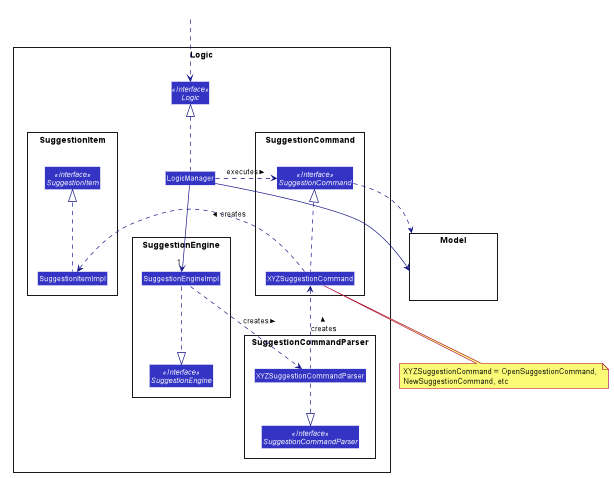
The PlantUML diagram docs/images/SuggestionClassDiagram.png in nus-cs2103-AY1920S2/addressbook-level3, before a commit.
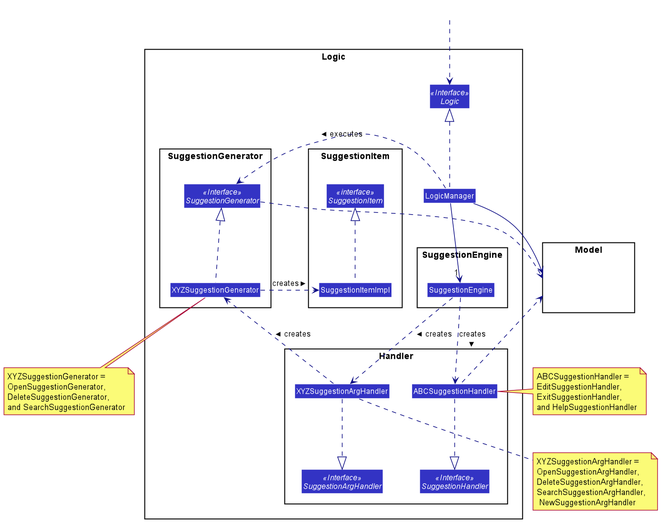
The same diagram one commit later.

Commit message:
Update sug class diag

Change to the diagram source:
```diff
@@ -54,18 +54,19 @@
 package Logic {
 
 package SuggestionEngine {
-Interface SuggestionEngine <<Interface>>
-Class SuggestionEngineImpl
+Class SuggestionEngine
 }
 
-package SuggestionCommandParser {
-Interface SuggestionCommandParser <<Interface>>
-Class XYZSuggestionCommandParser
+package Handler {
+Interface SuggestionHandler <<Interface>>
+Interface SuggestionArgHandler <<Interface>>
+Class ABCSuggestionHandler
+Class XYZSuggestionArgHandler
 }
 
-package SuggestionCommand {
-Interface SuggestionCommand <<Interface>>
-Class XYZSuggestionCommand
+package SuggestionGenerator {
+Interface SuggestionGenerator <<Interface>>
+Class XYZSuggestionGenerator
 }
 
 package SuggestionItem {
@@ -87,20 +88,29 @@
 
 
 LogicManager .up.|> Logic
-LogicManager -down->"1" SuggestionEngineImpl
-SuggestionEngineImpl .right.> XYZSuggestionCommandParser: creates >
-SuggestionEngineImpl .down.|> SuggestionEngine
+LogicManager -down->"1" SuggestionEngine
+SuggestionEngine ..> XYZSuggestionArgHandler: creates >
+SuggestionEngine ..> ABCSuggestionHandler: creates >
 
-XYZSuggestionCommandParser .up.> XYZSuggestionCommand : creates >
-XYZSuggestionCommandParser .down.|> SuggestionCommandParser
+ABCSuggestionHandler -right[hidden]- XYZSuggestionArgHandler
 
-XYZSuggestionCommand .up.|> SuggestionCommand
-LogicManager .right.> SuggestionCommand : executes >
-XYZSuggestionCommand .right.> SuggestionItemImpl : creates >
+ABCSuggestionHandler .down.|> SuggestionHandler
+
+XYZSuggestionArgHandler .up.> XYZSuggestionGenerator : creates >
+XYZSuggestionArgHandler .down.|> SuggestionArgHandler
+
+XYZSuggestionGenerator .up.|> SuggestionGenerator
+LogicManager .right.> SuggestionGenerator : executes >
+XYZSuggestionGenerator .right.> SuggestionItemImpl : creates >
 
 LogicManager --> Model
-SuggestionCommand ..> Model
-note bottom of XYZSuggestionCommand: XYZSuggestionCommand = OpenSuggestionCommand, \nNewSuggestionCommand, etc
+SuggestionGenerator ..> Model
+ABCSuggestionHandler .up.> Model
+note bottom of XYZSuggestionGenerator: XYZSuggestionGenerator = \nOpenSuggestionGenerator, \nDeleteSuggestionGenerator, \nand SearchSuggestionGenerator
+
+note right of ABCSuggestionHandler: ABCSuggestionHandler = \nEditSuggestionHandler, \nExitSuggestionHandler, \nand HelpSuggestionHandler
+
+note bottom of XYZSuggestionArgHandler: XYZSuggestionArgHandler = \nOpenSuggestionArgHandler, \nDeleteSuggestionArgHandler, \nSearchSuggestionArgHandler, \n NewSuggestionArgHandler
 
 SuggestionItemImpl .up.|> SuggestionItem
 @enduml
```
